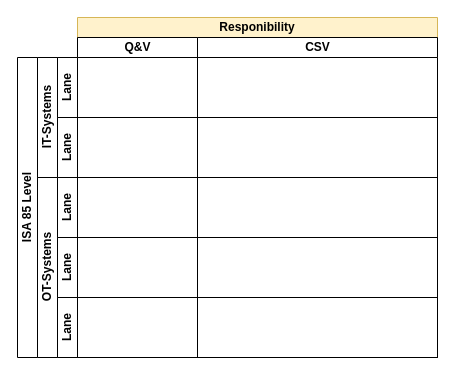
This is sources/Data_Lifecycle_Process_Map_PRIME.drawio from griemide/Diagrams, a draw.io file, before an edit. Source tidied: cells renumbered, new cells numbered last; positions are measured from the earlier drawing's top-left corner, leaving out a move shared by most shapes. Both pictures are drawn from the tidied source at 100%, with x=0, y=0 at pixel (17, 17).
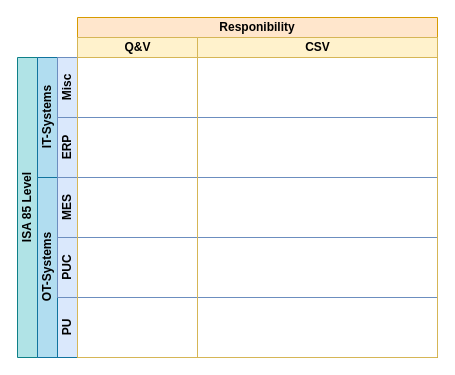
After the change.

Diff of the diagram source:
```diff
@@
 <mxGraphModel>
   <root>
     <mxCell id="0" />
     <mxCell id="1" parent="0" />
+    <mxCell id="12" value="PU" style="swimlane;startSize=20;horizontal=0;html=1;whiteSpace=wrap;fillColor=#dae8fc;strokeColor=#6c8ebf;" parent="1" vertex="1">
+      <mxGeometry x="40" y="280" width="380" height="60" as="geometry" />
+    </mxCell>
+    <mxCell id="13" parent="0" />
-    <mxCell id="2" value="ISA 85 Level" style="swimlane;html=1;horizontal=0;startSize=20;whiteSpace=wrap;" parent="1" vertex="1">
+    <mxCell id="2" value="ISA 85 Level" style="swimlane;html=1;horizontal=0;startSize=20;whiteSpace=wrap;fillColor=#b0e3e6;strokeColor=#0e8088;" parent="13" vertex="1">
       <mxGeometry y="40" width="420" height="300" as="geometry" />
     </mxCell>
-    <mxCell id="3" value="IT-Systems" style="swimlane;html=1;startSize=20;horizontal=0;" parent="2" vertex="1">
+    <mxCell id="3" value="IT-Systems" style="swimlane;html=1;startSize=20;horizontal=0;fillColor=#b1ddf0;strokeColor=#10739e;" parent="2" vertex="1">
       <mxGeometry x="20" width="400" height="120" as="geometry" />
     </mxCell>
-    <mxCell id="4" value="Lane" style="swimlane;startSize=20;horizontal=0;html=1;whiteSpace=wrap;" parent="3" vertex="1">
+    <mxCell id="4" value="ERP" style="swimlane;startSize=20;horizontal=0;html=1;whiteSpace=wrap;fillColor=#dae8fc;strokeColor=#6c8ebf;" parent="3" vertex="1">
       <mxGeometry x="20" y="60" width="380" height="60" as="geometry" />
     </mxCell>
-    <mxCell id="5" value="Lane" style="swimlane;startSize=20;horizontal=0;html=1;whiteSpace=wrap;" parent="3" vertex="1">
+    <mxCell id="5" value="Misc" style="swimlane;startSize=20;horizontal=0;html=1;whiteSpace=wrap;fillColor=#dae8fc;strokeColor=#6c8ebf;" parent="3" vertex="1">
       <mxGeometry x="20" width="380" height="60" as="geometry" />
     </mxCell>
-    <mxCell id="6" value="OT-Systems" style="swimlane;html=1;startSize=20;horizontal=0;" parent="2" vertex="1">
+    <mxCell id="6" value="OT-Systems" style="swimlane;html=1;startSize=20;horizontal=0;fillColor=#b1ddf0;strokeColor=#10739e;" parent="2" vertex="1">
       <mxGeometry x="20" y="120" width="400" height="180" as="geometry" />
     </mxCell>
-    <mxCell id="7" value="Lane" style="swimlane;startSize=20;horizontal=0;html=1;whiteSpace=wrap;" parent="6" vertex="1">
+    <mxCell id="7" value="MES" style="swimlane;startSize=20;horizontal=0;html=1;whiteSpace=wrap;fillColor=#dae8fc;strokeColor=#6c8ebf;" parent="6" vertex="1">
       <mxGeometry x="20" width="380" height="60" as="geometry" />
     </mxCell>
-    <mxCell id="8" value="Lane" style="swimlane;startSize=20;horizontal=0;html=1;whiteSpace=wrap;" parent="6" vertex="1">
+    <mxCell id="8" value="PUC" style="swimlane;startSize=20;horizontal=0;html=1;whiteSpace=wrap;fillColor=#dae8fc;strokeColor=#6c8ebf;" parent="6" vertex="1">
       <mxGeometry x="20" y="60" width="380" height="60" as="geometry" />
     </mxCell>
+    <mxCell id="14" parent="0" />
-    <mxCell id="9" value="Responibility" style="swimlane;html=1;startSize=20;whiteSpace=wrap;fillColor=#fff2cc;strokeColor=#d6b656;" parent="1" vertex="1">
+    <mxCell id="9" value="Responibility" style="swimlane;html=1;startSize=20;whiteSpace=wrap;fillColor=#ffe6cc;strokeColor=#d79b00;" parent="14" vertex="1">
       <mxGeometry x="60" width="360" height="340" as="geometry" />
     </mxCell>
-    <mxCell id="10" value="Q&amp;amp;V" style="swimlane;html=1;startSize=20;" parent="9" vertex="1">
+    <mxCell id="10" value="Q&amp;amp;V" style="swimlane;html=1;startSize=20;fillColor=#fff2cc;strokeColor=#d6b656;" parent="9" vertex="1">
       <mxGeometry y="20" width="120" height="320" as="geometry" />
     </mxCell>
-    <mxCell id="11" value="CSV" style="swimlane;html=1;startSize=20;" parent="9" vertex="1">
+    <mxCell id="11" value="CSV" style="swimlane;html=1;startSize=20;fillColor=#fff2cc;strokeColor=#d6b656;" parent="9" vertex="1">
       <mxGeometry x="120" y="20" width="240" height="320" as="geometry" />
     </mxCell>
-    <mxCell id="12" value="Lane" style="swimlane;startSize=20;horizontal=0;html=1;whiteSpace=wrap;" parent="1" vertex="1">
-      <mxGeometry x="40" y="280" width="380" height="60" as="geometry" />
-    </mxCell>
   </root>
 </mxGraphModel>
```
